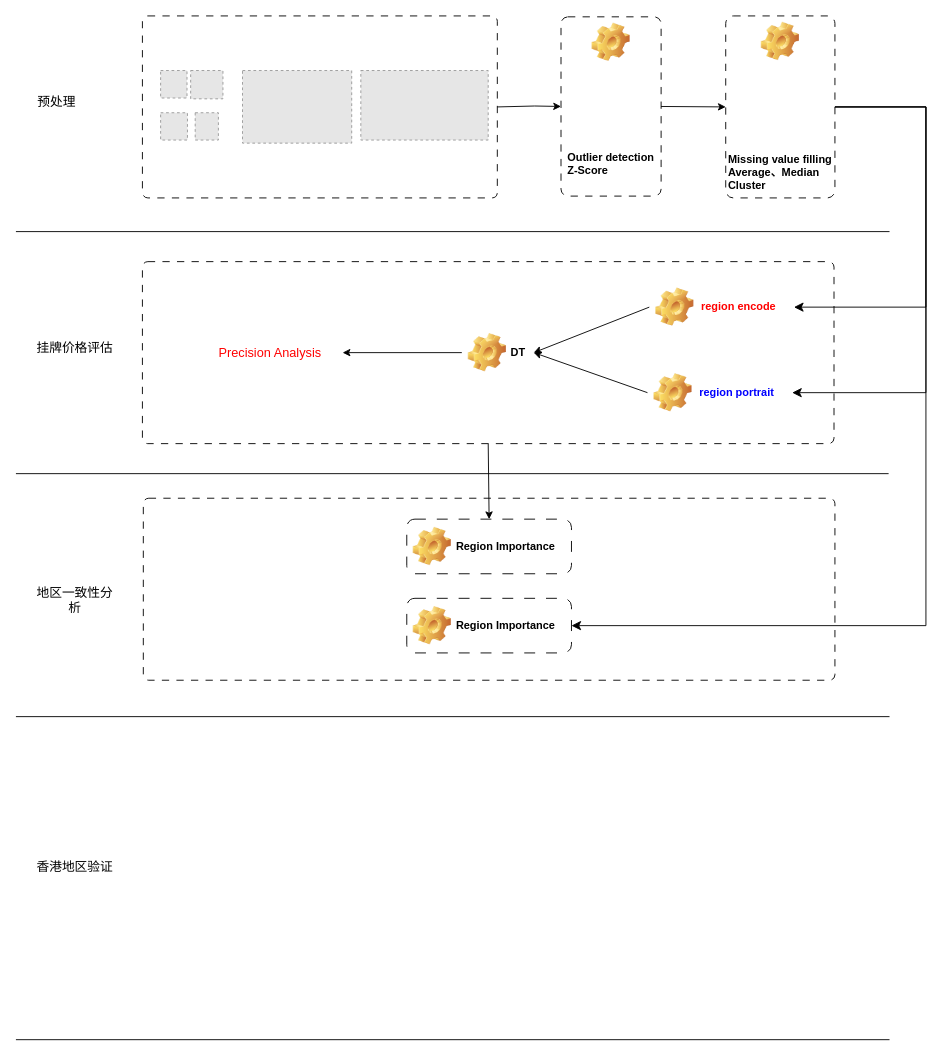
Above: 99_resources/11_img/mcm.drawio in dataml-cn/playground (draw.io), before the change. Source tidied: cells renumbered, new cells numbered last; positions are measured from the earlier drawing's top-left corner, leaving out a move shared by most shapes. Both pictures are drawn from the tidied source at 91%, with x=0, y=0 at pixel (15, 15). Pictures stored in the file or linked from it are replaced by grey dashed boxes.
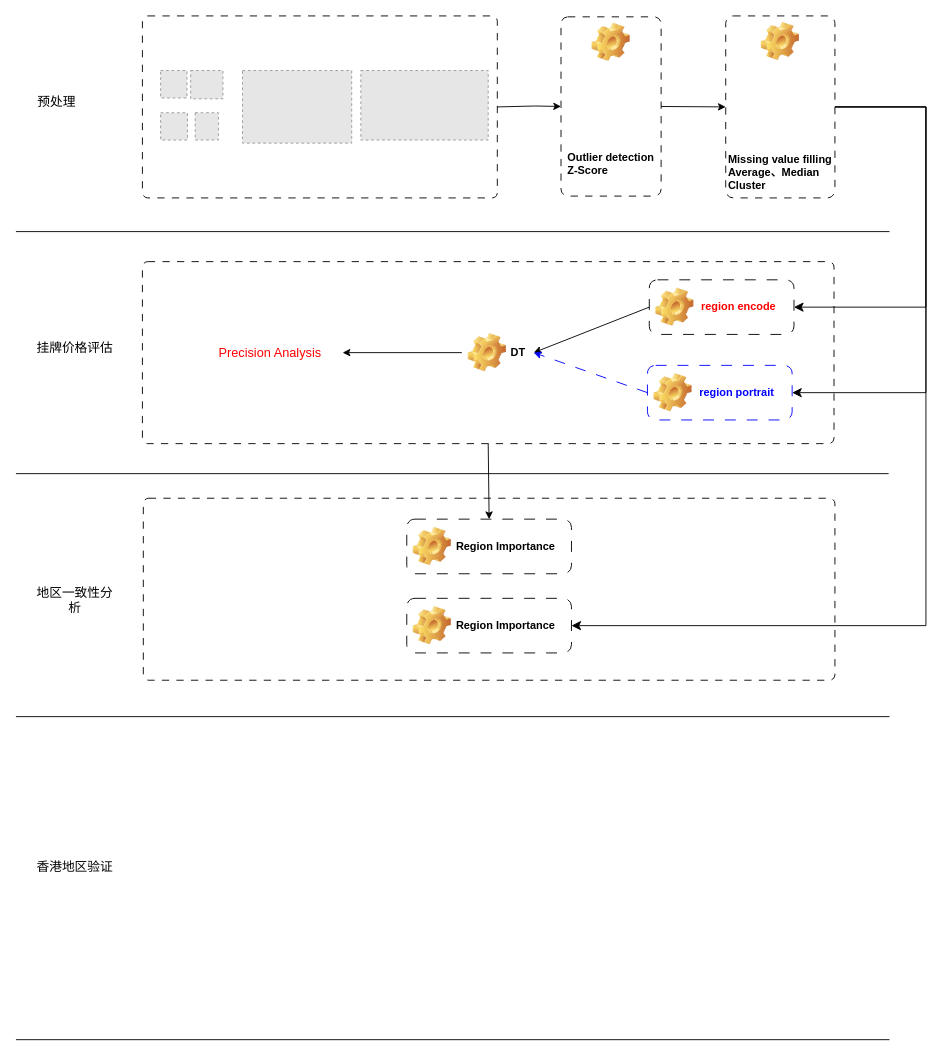
After the change.

The change refers to these unchanged cells:
```xml
<mxCell id="3" style="group;dashed=1;dashPattern=12 12;" parent="1" vertex="1">
  <mxGeometry x="139" y="270" width="760" height="230" as="geometry" />
</mxCell>
<mxCell id="7" value="DT" style="label;whiteSpace=wrap;html=1;image=img/clipart/Gear_128x128.png;rounded=1;strokeColor=none;fontFamily=Helvetica;fontSize=12;fontColor=default;fillColor=default;dashed=1;dashPattern=12 12;" parent="3" vertex="1">
  <mxGeometry x="351" y="70" width="79" height="60" as="geometry" />
</mxCell>
```

Change to the diagram source:
```diff
@@
-    <mxCell id="5" value="&lt;font color=&quot;#ff0000&quot;&gt;&amp;nbsp;region encode&lt;/font&gt;" style="label;whiteSpace=wrap;html=1;image=img/clipart/Gear_128x128.png;rounded=1;strokeColor=none;fontFamily=Helvetica;fontSize=12;fontColor=default;fillColor=default;dashed=1;dashPattern=12 12;" parent="3" vertex="1">
+    <mxCell id="5" value="&lt;font color=&quot;#ff0000&quot;&gt;&amp;nbsp;region encode&lt;/font&gt;" style="label;whiteSpace=wrap;html=1;image=img/clipart/Gear_128x128.png;rounded=1;strokeColor=default;fontFamily=Helvetica;fontSize=12;fontColor=default;fillColor=default;dashed=1;dashPattern=12 12;" parent="3" vertex="1">
       <mxGeometry x="557" y="20" width="159" height="60" as="geometry" />
     </mxCell>
-    <mxCell id="6" value="&lt;font color=&quot;#0000ff&quot;&gt;&amp;nbsp;region&amp;nbsp;portrait&lt;/font&gt;" style="label;whiteSpace=wrap;html=1;image=img/clipart/Gear_128x128.png;rounded=1;strokeColor=none;fontFamily=Helvetica;fontSize=12;fontColor=default;fillColor=default;dashed=1;dashPattern=12 12;" parent="3" vertex="1">
+    <mxCell id="6" value="&lt;font color=&quot;#0000ff&quot;&gt;&amp;nbsp;region&amp;nbsp;portrait&lt;/font&gt;" style="label;whiteSpace=wrap;html=1;image=img/clipart/Gear_128x128.png;rounded=1;strokeColor=#0000FF;fontFamily=Helvetica;fontSize=12;fontColor=default;fillColor=default;dashed=1;dashPattern=12 12;" parent="3" vertex="1">
       <mxGeometry x="555" y="114" width="159" height="60" as="geometry" />
     </mxCell>
@@
-    <mxCell id="11" style="endArrow=classic;html=1;rounded=0;fontFamily=Helvetica;fontSize=12;fontColor=default;entryX=1;entryY=0.5;entryDx=0;entryDy=0;exitX=0;exitY=0.5;exitDx=0;exitDy=0;" parent="3" edge="1" source="6" target="7">
+    <mxCell id="11" style="endArrow=classic;html=1;rounded=0;fontFamily=Helvetica;fontSize=12;fontColor=default;entryX=1;entryY=0.5;entryDx=0;entryDy=0;exitX=0;exitY=0.5;exitDx=0;exitDy=0;dashed=1;dashPattern=12 12;strokeColor=#0000FF;" parent="3" edge="1" source="6" target="7">
       <mxGeometry relative="1" as="geometry" />
     </mxCell>
```
